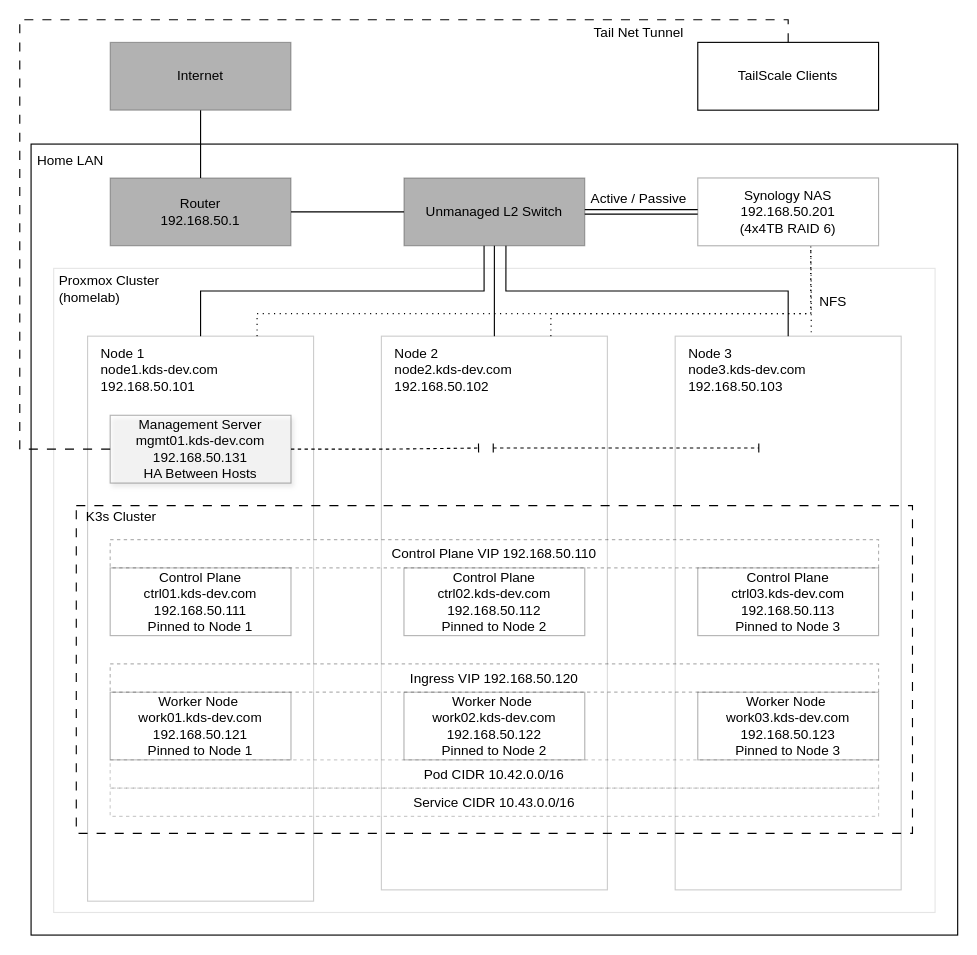
Before: page "Infra / Network" (1 of 4) of docs/Diagrams.drawio in KDScheuer/Home-Lab, a draw.io diagram. Source tidied: cells renumbered, new cells numbered last; positions are measured from the earlier drawing's top-left corner, leaving out a move shared by most shapes. Both pictures are drawn from the tidied source at 113%, with x=0, y=0 at pixel (19, 19).
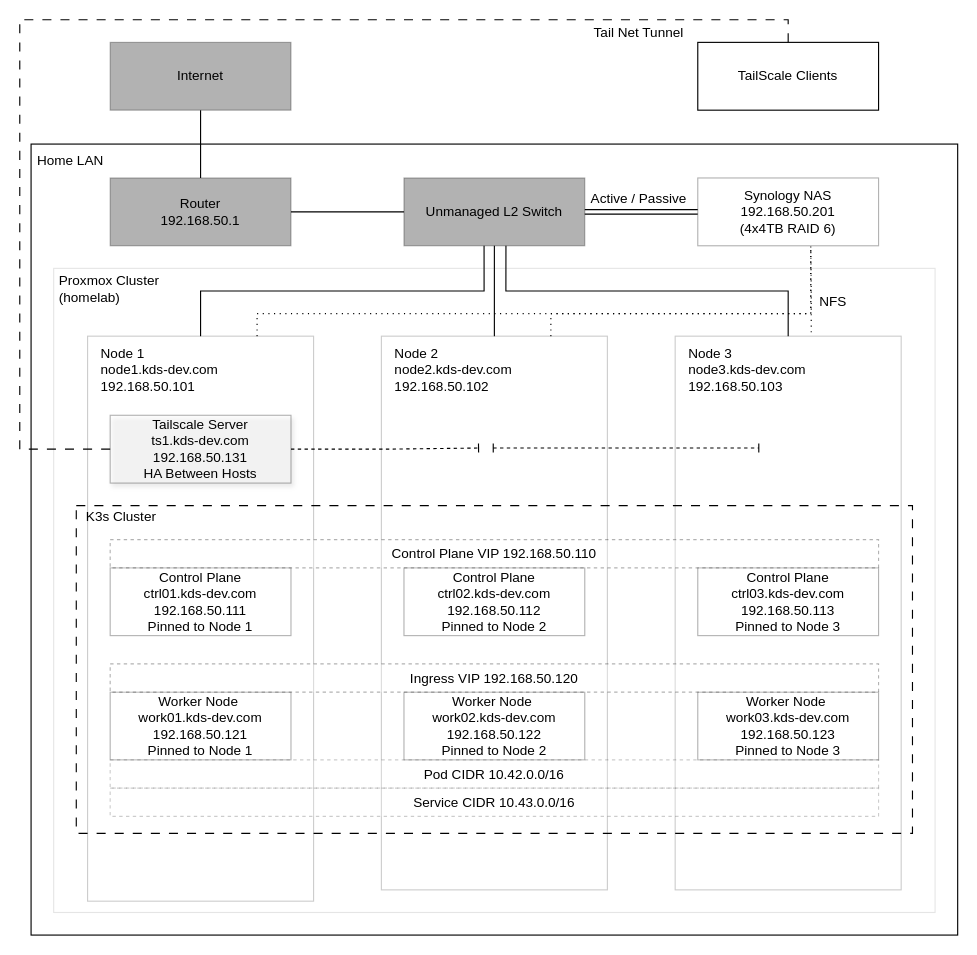
The same page after the edit.

Change to the diagram source:
```diff
@@
-    <mxCell id="17" value="Management Server&lt;div&gt;mgmt01.kds-dev.com&lt;/div&gt;&lt;div&gt;192.168.50.131&lt;/div&gt;&lt;div&gt;HA Between Hosts&lt;/div&gt;" style="rounded=0;whiteSpace=wrap;html=1;fillColor=light-dark(#FFFFFF,#99FF99);opacity=30;shadow=1;" parent="1" vertex="1">
+    <mxCell id="17" value="Tailscale Server&lt;div&gt;ts1.kds-dev.com&lt;/div&gt;&lt;div&gt;192.168.50.131&lt;/div&gt;&lt;div&gt;HA Between Hosts&lt;/div&gt;" style="rounded=0;whiteSpace=wrap;html=1;fillColor=light-dark(#FFFFFF,#99FF99);opacity=30;shadow=1;" parent="1" vertex="1">
       <mxGeometry x="80" y="350" width="160" height="60" as="geometry" />
     </mxCell>
```
